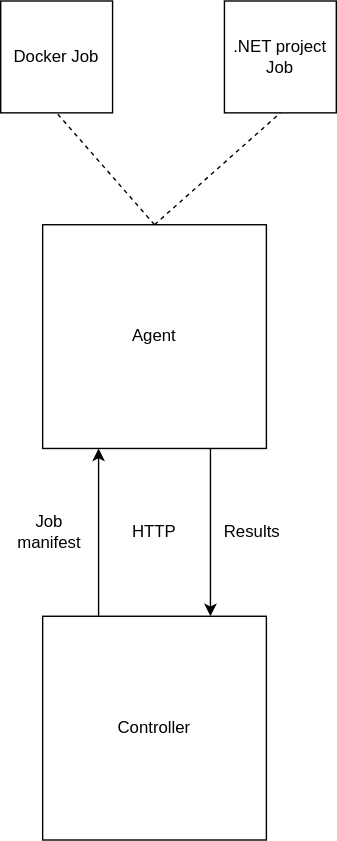
This is docs/reference/benchmarks.svg from dotnet/crank, a draw.io export, as it was before one commit. Source tidied: cells renumbered, new cells last; positions are measured from the earlier drawing's top-left corner, leaving out a move shared by most shapes.
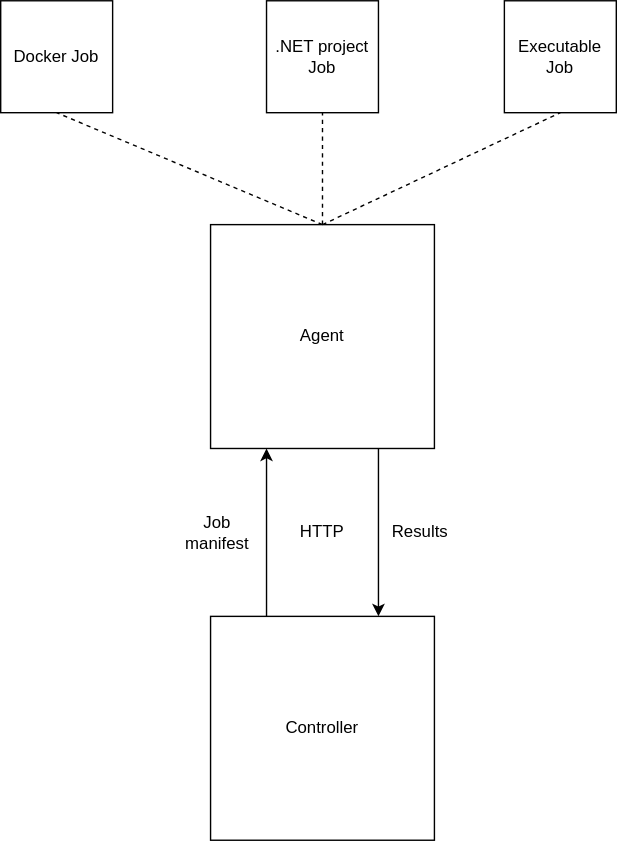
After the change.

Commit message:
Executable job (#37)

Change to the diagram source:
```diff
@@ -21,10 +21,10 @@
       <mxGeometry x="160" y="370" width="40" height="20" as="geometry" />
     </mxCell>
     <mxCell id="8" value="Docker Job" style="whiteSpace=wrap;html=1;" parent="1" vertex="1">
-      <mxGeometry width="80" height="80" as="geometry" />
+      <mxGeometry x="-120" width="80" height="80" as="geometry" />
     </mxCell>
     <mxCell id="9" value=".NET project Job" style="whiteSpace=wrap;html=1;" parent="1" vertex="1">
-      <mxGeometry x="160" width="80" height="80" as="geometry" />
+      <mxGeometry x="70" width="80" height="80" as="geometry" />
     </mxCell>
     <mxCell id="10" style="endArrow=none;dashed=1;html=1;entryX=0.5;entryY=1;entryDx=0;entryDy=0;exitX=0.5;exitY=0;exitDx=0;exitDy=0;" parent="1" edge="1" source="2" target="8">
       <mxGeometry relative="1" as="geometry" />
@@ -35,5 +35,13 @@
     <mxCell id="12" value="HTTP" style="text;html=1;strokeColor=none;fillColor=none;align=center;verticalAlign=middle;whiteSpace=wrap;rounded=0;" parent="1" vertex="1">
       <mxGeometry x="90" y="370" width="40" height="20" as="geometry" />
     </mxCell>
+    <mxCell id="13" value="Executable Job" style="whiteSpace=wrap;html=1;" parent="1" vertex="1">
+      <mxGeometry x="240" width="80" height="80" as="geometry" />
+    </mxCell>
+    <mxCell id="14" style="endArrow=none;dashed=1;html=1;entryX=0.5;entryY=1;entryDx=0;entryDy=0;" parent="1" edge="1" target="13">
+      <mxGeometry relative="1" as="geometry">
+        <mxPoint x="110" y="160" as="sourcePoint" />
+      </mxGeometry>
+    </mxCell>
   </root>
 </mxGraphModel>
```
